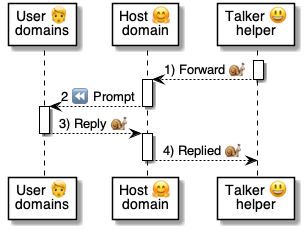
Earlier version of the PlantUML export 5 ⏩ Flows/79 😃⏩ Talkers/.📎 Assets/Forward.png (pollyweb-org/pollyweb-docs). Its source is kept beside it as 5 ⏩ Flows/79 😃⏩ Talkers/.📎 Assets/Forward.puml. Its diagram source:
```plantuml
@startuml Forward

participant "User 🧑\ndomains" as user
participant "Host 🤗\ndomain" as host
participant "Talker 😃\nhelper" as talker

activate talker
    talker --> host: 1) Forward 🐌
deactivate talker

activate host
    host --> user: 2 ⏪ Prompt
deactivate host

activate user
    user --> host: 3) Reply 🐌
deactivate user

activate host
    host --> talker: 4) Replied 🐌
deactivate host


@enduml
```
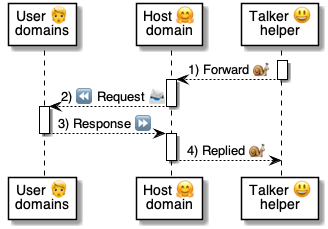
The same file after the commit.

Change to the diagram source:
```diff
@@ -9,11 +9,11 @@
 deactivate talker
 
 activate host
-    host --> user: 2 ⏪ Prompt
+    host --> user: 2) ⏪ Request 📨
 deactivate host
 
 activate user
-    user --> host: 3) Reply 🐌
+    user --> host: 3) Response ⏩
 deactivate user
 
 activate host
```
